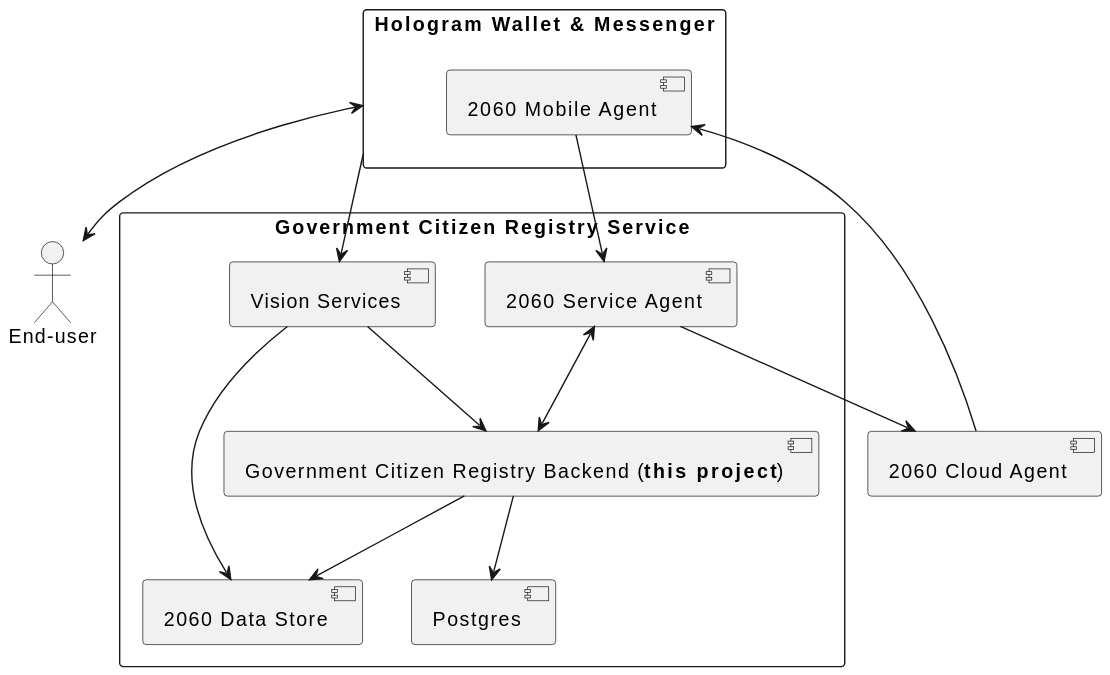
Earlier version of the PlantUML export arch.svg (2060-io/hologram-gov-id-issuer-vs).
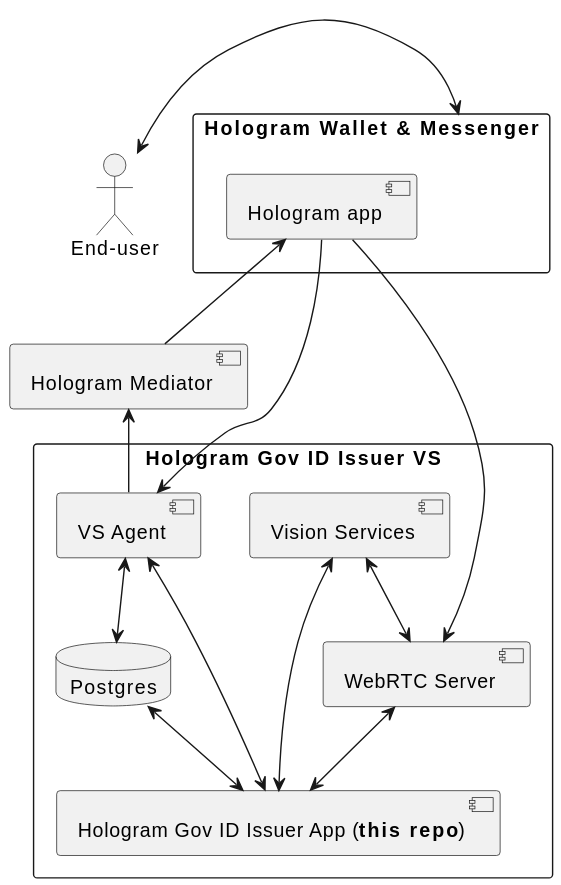
The same diagram one commit later.

What changed in the source:
```diff
@@ -1,31 +1,30 @@
 @startuml
 actor "End-user" as Enduser
 
-[2060 Cloud Agent] as CA
+[Hologram Mediator] as CA
 
 rectangle "Hologram Wallet & Messenger" as App {
-  [2060 Mobile Agent] as MA
+  [Hologram app] as MA
 }
 
 
-rectangle "Government Citizen Registry Service" {
-    [2060 Service Agent] as VS
-    [2060 Data Store] as DS
-    [Postgres] as PS
-    [Apache Artemis] as AA
-    [Government Citizen Registry Backend (**this project**)] as GAIA
+rectangle "Hologram Gov ID Issuer VS" {
+    [VS Agent] as VS
+    [WebRTC Server] as WebRTC
+    database Postgres as PS
+    [Hologram Gov ID Issuer App (**this repo**)] as GAIA
     [Vision Services] as VISION
 }
 
+Enduser <-> App
 MA --> VS
-App --> VISION
-VISION --> GAIA
-VISION --> DS
-GAIA --> DS
-App <--> Enduser
+MA <-- CA
+CA <-- VS
+MA --> WebRTC
+VISION <--> GAIA
+VISION <--> WebRTC
+WebRTC <--> GAIA
 VS <--> GAIA
-VS --> CA
-MA <-- CA
-GAIA --> PS
-GAIA --> AA
+VS <--> PS
+PS <--> GAIA
 @enduml
```
